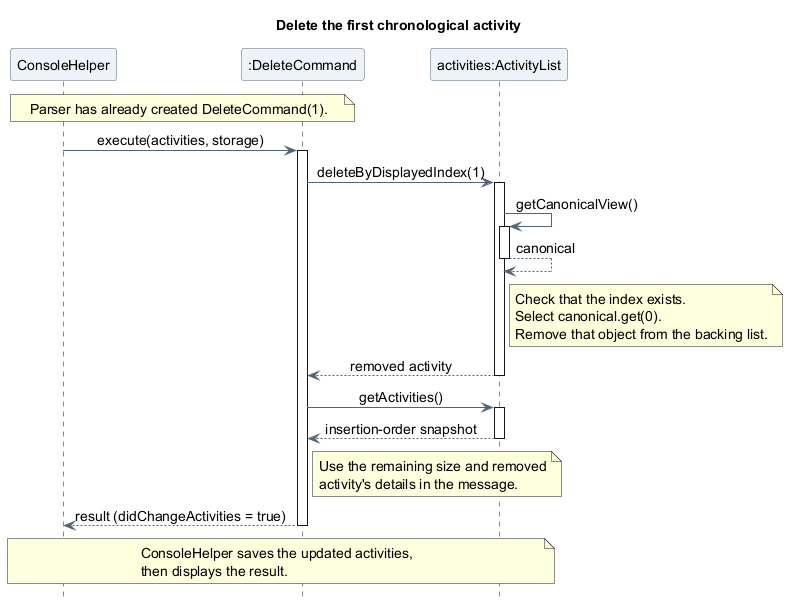
This is docs/images/asyraf/sequence/DeleteActivitySequence.png from AY2627S1-CS2113-T10-4/tp, a PlantUML export, as it was before one commit.
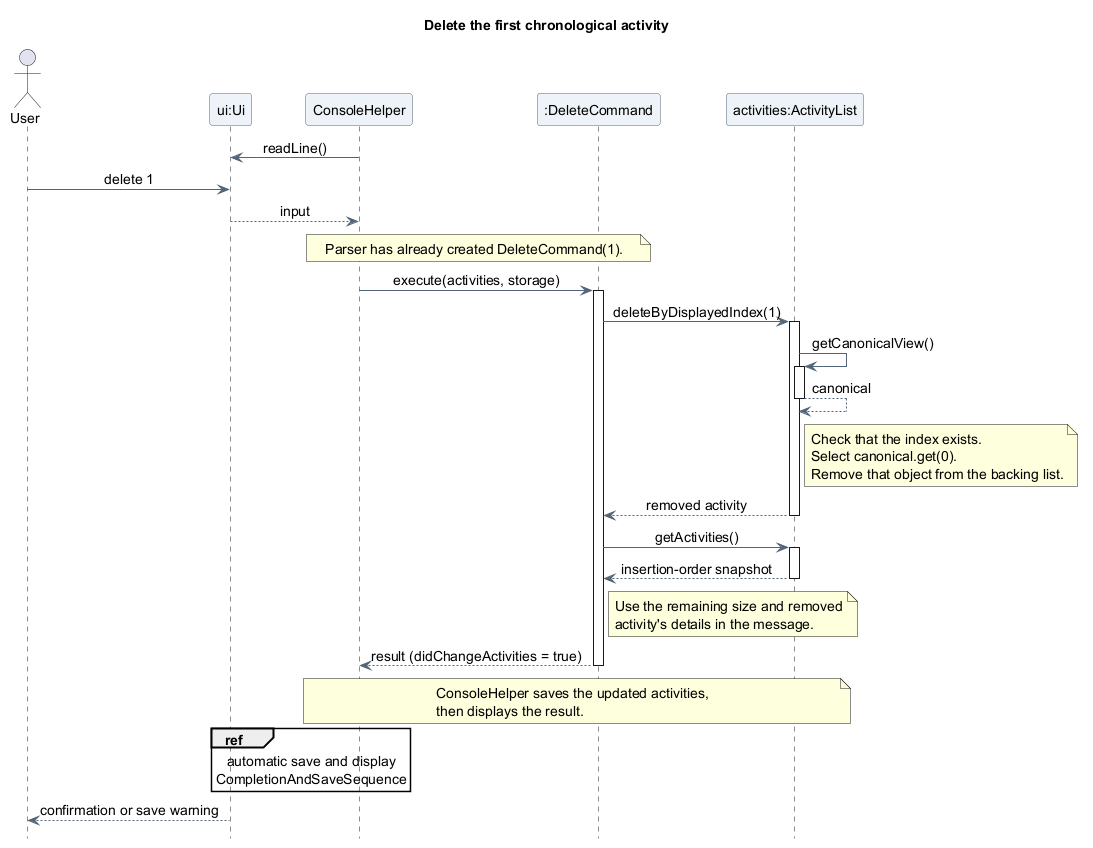
Later version of the same file.

Change to the diagram source:
```diff
@@ -10,9 +10,15 @@
 skinparam sequenceMessageAlign center
 hide footbox
 
+actor "User" as User
+participant "ui:Ui" as UI
 participant "ConsoleHelper" as Console
 participant ":DeleteCommand" as Delete
 participant "activities:ActivityList" as Activities
+
+Console -> UI : readLine()
+User -> UI : delete 1
+UI --> Console : input
 
 note over Console, Delete
   Parser has already created DeleteCommand(1).
@@ -46,4 +52,9 @@
   ConsoleHelper saves the updated activities,
   then displays the result.
 end note
+ref over Console, UI
+  automatic save and display
+  CompletionAndSaveSequence
+end ref
+UI --> User : confirmation or save warning
 @enduml
```
